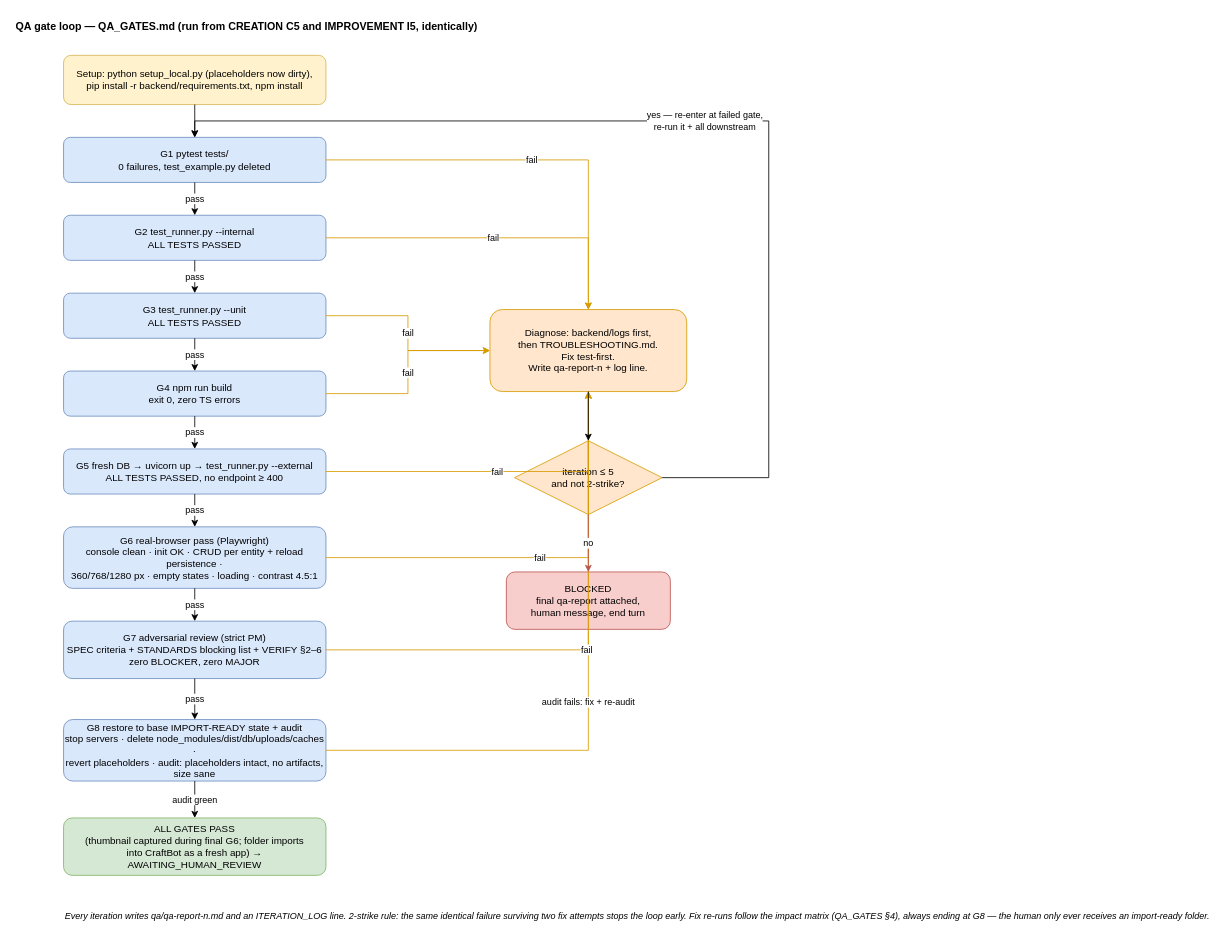
CraftOS-dev/living-ui-marketplace keeps this draw.io diagram as page "QA gate loop" (2 of 2) of pipeline/living-ui/PIPELINE_OVERVIEW.drawio. Above is the earlier version. Source tidied: cells renumbered, new cells numbered last; positions are measured from the earlier drawing's top-left corner, leaving out a move shared by most shapes. Both pictures are drawn from the tidied source at 82%, with x=0, y=0 at pixel (14, 14).
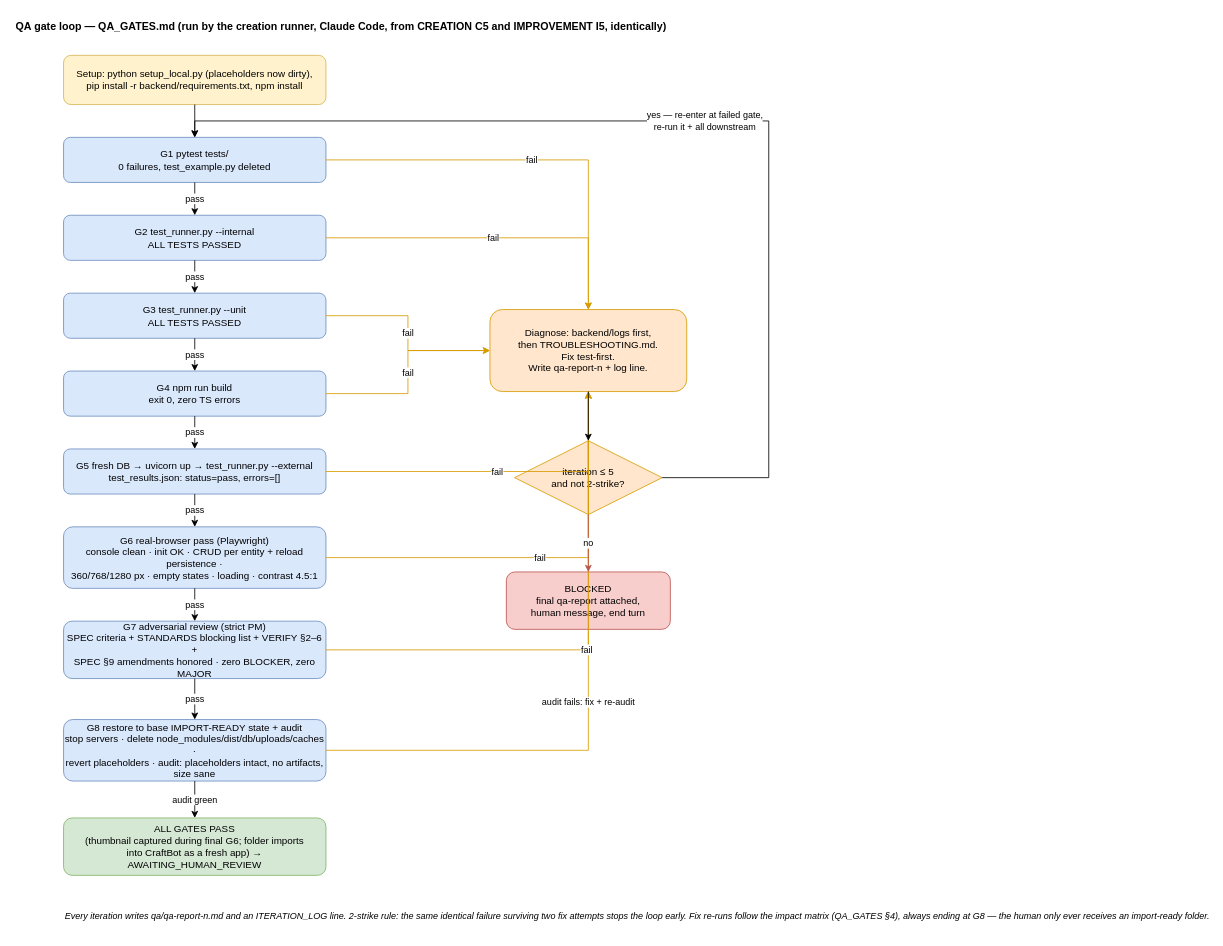
The same page after the edit.

Change to the diagram source:
```diff
@@
-    <mxCell id="2" value="QA gate loop — QA_GATES.md (run from CREATION C5 and IMPROVEMENT I5, identically)" style="text;html=1;align=left;fontSize=13;fontStyle=1;" parent="1" vertex="1">
-      <mxGeometry width="800" height="30" as="geometry" />
+    <mxCell id="2" value="QA gate loop — QA_GATES.md (run by the creation runner, Claude Code, from CREATION C5 and IMPROVEMENT I5, identically)" style="text;html=1;align=left;fontSize=13;fontStyle=1;" parent="1" vertex="1">
+      <mxGeometry width="900" height="30" as="geometry" />
     </mxCell>
@@
-    <mxCell id="8" value="G5  fresh DB → uvicorn up → test_runner.py --external&#10;ALL TESTS PASSED, no endpoint ≥ 400" style="rounded=1;whiteSpace=wrap;html=1;fillColor=#dae8fc;strokeColor=#6c8ebf;" parent="1" vertex="1">
+    <mxCell id="8" value="G5  fresh DB → uvicorn up → test_runner.py --external&#10;test_results.json: status=pass, errors=[]" style="rounded=1;whiteSpace=wrap;html=1;fillColor=#dae8fc;strokeColor=#6c8ebf;" parent="1" vertex="1">
       <mxGeometry x="60" y="530" width="320" height="55" as="geometry" />
     </mxCell>
@@
-    <mxCell id="10" value="G7  adversarial review (strict PM)&#10;SPEC criteria + STANDARDS blocking list + VERIFY §2–6&#10;zero BLOCKER, zero MAJOR" style="rounded=1;whiteSpace=wrap;html=1;fillColor=#dae8fc;strokeColor=#6c8ebf;" parent="1" vertex="1">
+    <mxCell id="10" value="G7  adversarial review (strict PM)&#10;SPEC criteria + STANDARDS blocking list + VERIFY §2–6 +&#10;SPEC §9 amendments honored · zero BLOCKER, zero MAJOR" style="rounded=1;whiteSpace=wrap;html=1;fillColor=#dae8fc;strokeColor=#6c8ebf;" parent="1" vertex="1">
       <mxGeometry x="60" y="740" width="320" height="70" as="geometry" />
     </mxCell>
```
